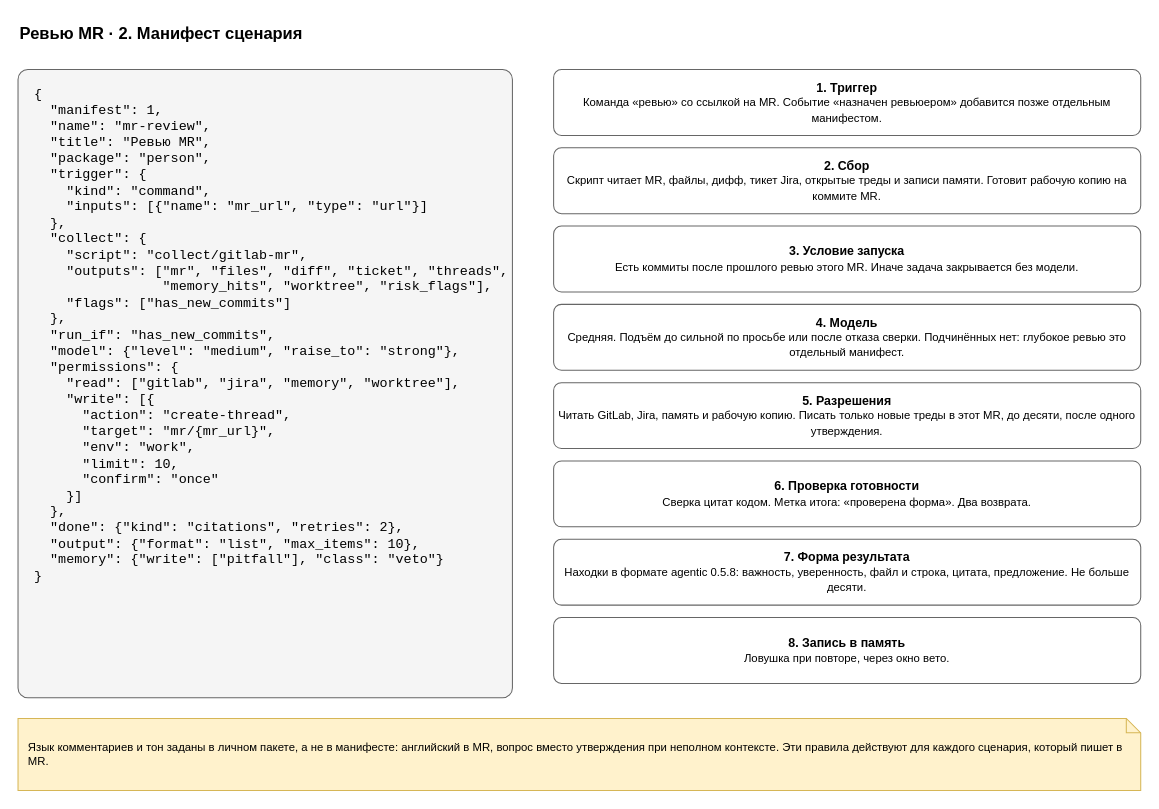
This is page "2. Манифест" (2 of 7) of docs/spec/harness-instance-mr-review.drawio from roygkov/reins, a draw.io file, before an edit. Source tidied: cells renumbered, new cells numbered last; positions are measured from the earlier drawing's top-left corner, leaving out a move shared by most shapes. Both pictures are drawn from the tidied source at 103%, with x=0, y=0 at pixel (18, 18).
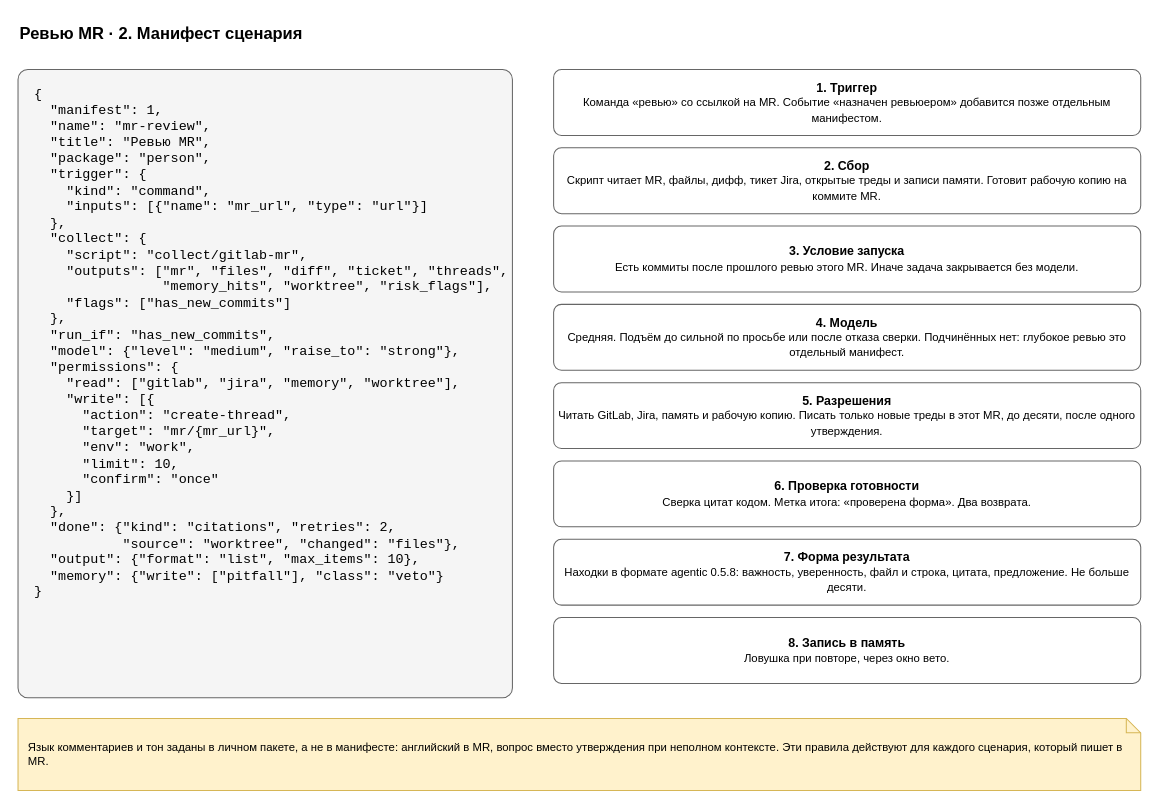
The same diagram, later.

What changed in the source:
```diff
@@
 <mxGraphModel>
   <root>
     <mxCell id="0" />
     <mxCell id="1" parent="0" />
     <mxCell id="2" value="Ревью MR · 2. Манифест сценария" style="text;html=1;align=left;verticalAlign=middle;whiteSpace=wrap;fontSize=16;strokeColor=none;fillColor=none;fontStyle=1;" parent="1" vertex="1">
       <mxGeometry width="900" height="30" as="geometry" />
     </mxCell>
-    <mxCell id="3" value="{&lt;br&gt;&amp;nbsp;&amp;nbsp;&quot;manifest&quot;:&amp;nbsp;1,&lt;br&gt;&amp;nbsp;&amp;nbsp;&quot;name&quot;:&amp;nbsp;&quot;mr-review&quot;,&lt;br&gt;&amp;nbsp;&amp;nbsp;&quot;title&quot;:&amp;nbsp;&quot;Ревью&amp;nbsp;MR&quot;,&lt;br&gt;&amp;nbsp;&amp;nbsp;&quot;package&quot;:&amp;nbsp;&quot;person&quot;,&lt;br&gt;&amp;nbsp;&amp;nbsp;&quot;trigger&quot;:&amp;nbsp;{&lt;br&gt;&amp;nbsp;&amp;nbsp;&amp;nbsp;&amp;nbsp;&quot;kind&quot;:&amp;nbsp;&quot;command&quot;,&lt;br&gt;&amp;nbsp;&amp;nbsp;&amp;nbsp;&amp;nbsp;&quot;inputs&quot;:&amp;nbsp;[{&quot;name&quot;:&amp;nbsp;&quot;mr_url&quot;,&amp;nbsp;&quot;type&quot;:&amp;nbsp;&quot;url&quot;}]&lt;br&gt;&amp;nbsp;&amp;nbsp;},&lt;br&gt;&amp;nbsp;&amp;nbsp;&quot;collect&quot;:&amp;nbsp;{&lt;br&gt;&amp;nbsp;&amp;nbsp;&amp;nbsp;&amp;nbsp;&quot;script&quot;:&amp;nbsp;&quot;collect/gitlab-mr&quot;,&lt;br&gt;&amp;nbsp;&amp;nbsp;&amp;nbsp;&amp;nbsp;&quot;outputs&quot;:&amp;nbsp;[&quot;mr&quot;,&amp;nbsp;&quot;files&quot;,&amp;nbsp;&quot;diff&quot;,&amp;nbsp;&quot;ticket&quot;,&amp;nbsp;&quot;threads&quot;,&lt;br&gt;&amp;nbsp;&amp;nbsp;&amp;nbsp;&amp;nbsp;&amp;nbsp;&amp;nbsp;&amp;nbsp;&amp;nbsp;&amp;nbsp;&amp;nbsp;&amp;nbsp;&amp;nbsp;&amp;nbsp;&amp;nbsp;&amp;nbsp;&amp;nbsp;&quot;memory_hits&quot;,&amp;nbsp;&quot;worktree&quot;,&amp;nbsp;&quot;risk_flags&quot;],&lt;br&gt;&amp;nbsp;&amp;nbsp;&amp;nbsp;&amp;nbsp;&quot;flags&quot;:&amp;nbsp;[&quot;has_new_commits&quot;]&lt;br&gt;&amp;nbsp;&amp;nbsp;},&lt;br&gt;&amp;nbsp;&amp;nbsp;&quot;run_if&quot;:&amp;nbsp;&quot;has_new_commits&quot;,&lt;br&gt;&amp;nbsp;&amp;nbsp;&quot;model&quot;:&amp;nbsp;{&quot;level&quot;:&amp;nbsp;&quot;medium&quot;,&amp;nbsp;&quot;raise_to&quot;:&amp;nbsp;&quot;strong&quot;},&lt;br&gt;&amp;nbsp;&amp;nbsp;&quot;permissions&quot;:&amp;nbsp;{&lt;br&gt;&amp;nbsp;&amp;nbsp;&amp;nbsp;&amp;nbsp;&quot;read&quot;:&amp;nbsp;[&quot;gitlab&quot;,&amp;nbsp;&quot;jira&quot;,&amp;nbsp;&quot;memory&quot;,&amp;nbsp;&quot;worktree&quot;],&lt;br&gt;&amp;nbsp;&amp;nbsp;&amp;nbsp;&amp;nbsp;&quot;write&quot;:&amp;nbsp;[{&lt;br&gt;&amp;nbsp;&amp;nbsp;&amp;nbsp;&amp;nbsp;&amp;nbsp;&amp;nbsp;&quot;action&quot;:&amp;nbsp;&quot;create-thread&quot;,&lt;br&gt;&amp;nbsp;&amp;nbsp;&amp;nbsp;&amp;nbsp;&amp;nbsp;&amp;nbsp;&quot;target&quot;:&amp;nbsp;&quot;mr/{mr_url}&quot;,&lt;br&gt;&amp;nbsp;&amp;nbsp;&amp;nbsp;&amp;nbsp;&amp;nbsp;&amp;nbsp;&quot;env&quot;:&amp;nbsp;&quot;work&quot;,&lt;br&gt;&amp;nbsp;&amp;nbsp;&amp;nbsp;&amp;nbsp;&amp;nbsp;&amp;nbsp;&quot;limit&quot;:&amp;nbsp;10,&lt;br&gt;&amp;nbsp;&amp;nbsp;&amp;nbsp;&amp;nbsp;&amp;nbsp;&amp;nbsp;&quot;confirm&quot;:&amp;nbsp;&quot;once&quot;&lt;br&gt;&amp;nbsp;&amp;nbsp;&amp;nbsp;&amp;nbsp;}]&lt;br&gt;&amp;nbsp;&amp;nbsp;},&lt;br&gt;&amp;nbsp;&amp;nbsp;&quot;done&quot;:&amp;nbsp;{&quot;kind&quot;:&amp;nbsp;&quot;citations&quot;,&amp;nbsp;&quot;retries&quot;:&amp;nbsp;2},&lt;br&gt;&amp;nbsp;&amp;nbsp;&quot;output&quot;:&amp;nbsp;{&quot;format&quot;:&amp;nbsp;&quot;list&quot;,&amp;nbsp;&quot;max_items&quot;:&amp;nbsp;10},&lt;br&gt;&amp;nbsp;&amp;nbsp;&quot;memory&quot;:&amp;nbsp;{&quot;write&quot;:&amp;nbsp;[&quot;pitfall&quot;],&amp;nbsp;&quot;class&quot;:&amp;nbsp;&quot;veto&quot;}&lt;br&gt;}" style="rounded=1;whiteSpace=wrap;html=1;fillColor=#f5f5f5;strokeColor=#666666;arcSize=2;align=left;verticalAlign=top;spacingLeft=14;spacingTop=10;fontFamily=Courier New;fontSize=13;" parent="1" vertex="1">
+    <mxCell id="3" value="{&lt;br&gt;&amp;nbsp;&amp;nbsp;&quot;manifest&quot;:&amp;nbsp;1,&lt;br&gt;&amp;nbsp;&amp;nbsp;&quot;name&quot;:&amp;nbsp;&quot;mr-review&quot;,&lt;br&gt;&amp;nbsp;&amp;nbsp;&quot;title&quot;:&amp;nbsp;&quot;Ревью&amp;nbsp;MR&quot;,&lt;br&gt;&amp;nbsp;&amp;nbsp;&quot;package&quot;:&amp;nbsp;&quot;person&quot;,&lt;br&gt;&amp;nbsp;&amp;nbsp;&quot;trigger&quot;:&amp;nbsp;{&lt;br&gt;&amp;nbsp;&amp;nbsp;&amp;nbsp;&amp;nbsp;&quot;kind&quot;:&amp;nbsp;&quot;command&quot;,&lt;br&gt;&amp;nbsp;&amp;nbsp;&amp;nbsp;&amp;nbsp;&quot;inputs&quot;:&amp;nbsp;[{&quot;name&quot;:&amp;nbsp;&quot;mr_url&quot;,&amp;nbsp;&quot;type&quot;:&amp;nbsp;&quot;url&quot;}]&lt;br&gt;&amp;nbsp;&amp;nbsp;},&lt;br&gt;&amp;nbsp;&amp;nbsp;&quot;collect&quot;:&amp;nbsp;{&lt;br&gt;&amp;nbsp;&amp;nbsp;&amp;nbsp;&amp;nbsp;&quot;script&quot;:&amp;nbsp;&quot;collect/gitlab-mr&quot;,&lt;br&gt;&amp;nbsp;&amp;nbsp;&amp;nbsp;&amp;nbsp;&quot;outputs&quot;:&amp;nbsp;[&quot;mr&quot;,&amp;nbsp;&quot;files&quot;,&amp;nbsp;&quot;diff&quot;,&amp;nbsp;&quot;ticket&quot;,&amp;nbsp;&quot;threads&quot;,&lt;br&gt;&amp;nbsp;&amp;nbsp;&amp;nbsp;&amp;nbsp;&amp;nbsp;&amp;nbsp;&amp;nbsp;&amp;nbsp;&amp;nbsp;&amp;nbsp;&amp;nbsp;&amp;nbsp;&amp;nbsp;&amp;nbsp;&amp;nbsp;&amp;nbsp;&quot;memory_hits&quot;,&amp;nbsp;&quot;worktree&quot;,&amp;nbsp;&quot;risk_flags&quot;],&lt;br&gt;&amp;nbsp;&amp;nbsp;&amp;nbsp;&amp;nbsp;&quot;flags&quot;:&amp;nbsp;[&quot;has_new_commits&quot;]&lt;br&gt;&amp;nbsp;&amp;nbsp;},&lt;br&gt;&amp;nbsp;&amp;nbsp;&quot;run_if&quot;:&amp;nbsp;&quot;has_new_commits&quot;,&lt;br&gt;&amp;nbsp;&amp;nbsp;&quot;model&quot;:&amp;nbsp;{&quot;level&quot;:&amp;nbsp;&quot;medium&quot;,&amp;nbsp;&quot;raise_to&quot;:&amp;nbsp;&quot;strong&quot;},&lt;br&gt;&amp;nbsp;&amp;nbsp;&quot;permissions&quot;:&amp;nbsp;{&lt;br&gt;&amp;nbsp;&amp;nbsp;&amp;nbsp;&amp;nbsp;&quot;read&quot;:&amp;nbsp;[&quot;gitlab&quot;,&amp;nbsp;&quot;jira&quot;,&amp;nbsp;&quot;memory&quot;,&amp;nbsp;&quot;worktree&quot;],&lt;br&gt;&amp;nbsp;&amp;nbsp;&amp;nbsp;&amp;nbsp;&quot;write&quot;:&amp;nbsp;[{&lt;br&gt;&amp;nbsp;&amp;nbsp;&amp;nbsp;&amp;nbsp;&amp;nbsp;&amp;nbsp;&quot;action&quot;:&amp;nbsp;&quot;create-thread&quot;,&lt;br&gt;&amp;nbsp;&amp;nbsp;&amp;nbsp;&amp;nbsp;&amp;nbsp;&amp;nbsp;&quot;target&quot;:&amp;nbsp;&quot;mr/{mr_url}&quot;,&lt;br&gt;&amp;nbsp;&amp;nbsp;&amp;nbsp;&amp;nbsp;&amp;nbsp;&amp;nbsp;&quot;env&quot;:&amp;nbsp;&quot;work&quot;,&lt;br&gt;&amp;nbsp;&amp;nbsp;&amp;nbsp;&amp;nbsp;&amp;nbsp;&amp;nbsp;&quot;limit&quot;:&amp;nbsp;10,&lt;br&gt;&amp;nbsp;&amp;nbsp;&amp;nbsp;&amp;nbsp;&amp;nbsp;&amp;nbsp;&quot;confirm&quot;:&amp;nbsp;&quot;once&quot;&lt;br&gt;&amp;nbsp;&amp;nbsp;&amp;nbsp;&amp;nbsp;}]&lt;br&gt;&amp;nbsp;&amp;nbsp;},&lt;br&gt;&amp;nbsp;&amp;nbsp;&quot;done&quot;:&amp;nbsp;{&quot;kind&quot;:&amp;nbsp;&quot;citations&quot;,&amp;nbsp;&quot;retries&quot;:&amp;nbsp;2,&lt;br&gt;&amp;nbsp;&amp;nbsp;&amp;nbsp;&amp;nbsp;&amp;nbsp;&amp;nbsp;&amp;nbsp;&amp;nbsp;&amp;nbsp;&amp;nbsp;&amp;nbsp;&quot;source&quot;:&amp;nbsp;&quot;worktree&quot;,&amp;nbsp;&quot;changed&quot;:&amp;nbsp;&quot;files&quot;},&lt;br&gt;&amp;nbsp;&amp;nbsp;&quot;output&quot;:&amp;nbsp;{&quot;format&quot;:&amp;nbsp;&quot;list&quot;,&amp;nbsp;&quot;max_items&quot;:&amp;nbsp;10},&lt;br&gt;&amp;nbsp;&amp;nbsp;&quot;memory&quot;:&amp;nbsp;{&quot;write&quot;:&amp;nbsp;[&quot;pitfall&quot;],&amp;nbsp;&quot;class&quot;:&amp;nbsp;&quot;veto&quot;}&lt;br&gt;}" style="rounded=1;whiteSpace=wrap;html=1;fillColor=#f5f5f5;strokeColor=#666666;arcSize=2;align=left;verticalAlign=top;spacingLeft=14;spacingTop=10;fontFamily=Courier New;fontSize=13;" parent="1" vertex="1">
       <mxGeometry y="50" width="480" height="610" as="geometry" />
     </mxCell>
     <mxCell id="4" value="&lt;b&gt;1. Триггер&lt;/b&gt;&lt;br&gt;&lt;font style=&quot;font-size:11px&quot;&gt;Команда «ревью» со ссылкой на MR. Событие «назначен ревьюером» добавится позже отдельным манифестом.&lt;/font&gt;" style="rounded=1;whiteSpace=wrap;html=1;fillColor=#ffffff;strokeColor=#666666;arcSize=12;" parent="1" vertex="1">
       <mxGeometry x="520" y="50" width="570" height="64" as="geometry" />
     </mxCell>
     <mxCell id="5" value="&lt;b&gt;2. Сбор&lt;/b&gt;&lt;br&gt;&lt;font style=&quot;font-size:11px&quot;&gt;Скрипт читает MR, файлы, дифф, тикет Jira, открытые треды и записи памяти. Готовит рабочую копию на коммите MR.&lt;/font&gt;" style="rounded=1;whiteSpace=wrap;html=1;fillColor=#ffffff;strokeColor=#666666;arcSize=12;" parent="1" vertex="1">
       <mxGeometry x="520" y="126" width="570" height="64" as="geometry" />
     </mxCell>
     <mxCell id="6" value="&lt;b&gt;3. Условие запуска&lt;/b&gt;&lt;br&gt;&lt;font style=&quot;font-size:11px&quot;&gt;Есть коммиты после прошлого ревью этого MR. Иначе задача закрывается без модели.&lt;/font&gt;" style="rounded=1;whiteSpace=wrap;html=1;fillColor=#ffffff;strokeColor=#666666;arcSize=12;" parent="1" vertex="1">
       <mxGeometry x="520" y="202" width="570" height="64" as="geometry" />
     </mxCell>
     <mxCell id="7" value="&lt;b&gt;4. Модель&lt;/b&gt;&lt;br&gt;&lt;font style=&quot;font-size:11px&quot;&gt;Средняя. Подъём до сильной по просьбе или после отказа сверки. Подчинённых нет: глубокое ревью это отдельный манифест.&lt;/font&gt;" style="rounded=1;whiteSpace=wrap;html=1;fillColor=#ffffff;strokeColor=#666666;arcSize=12;" parent="1" vertex="1">
       <mxGeometry x="520" y="278" width="570" height="64" as="geometry" />
     </mxCell>
     <mxCell id="8" value="&lt;b&gt;5. Разрешения&lt;/b&gt;&lt;br&gt;&lt;font style=&quot;font-size:11px&quot;&gt;Читать GitLab, Jira, память и рабочую копию. Писать только новые треды в этот MR, до десяти, после одного утверждения.&lt;/font&gt;" style="rounded=1;whiteSpace=wrap;html=1;fillColor=#ffffff;strokeColor=#666666;arcSize=12;" parent="1" vertex="1">
       <mxGeometry x="520" y="354" width="570" height="64" as="geometry" />
     </mxCell>
     <mxCell id="9" value="&lt;b&gt;6. Проверка готовности&lt;/b&gt;&lt;br&gt;&lt;font style=&quot;font-size:11px&quot;&gt;Сверка цитат кодом. Метка итога: «проверена форма». Два возврата.&lt;/font&gt;" style="rounded=1;whiteSpace=wrap;html=1;fillColor=#ffffff;strokeColor=#666666;arcSize=12;" parent="1" vertex="1">
       <mxGeometry x="520" y="430" width="570" height="64" as="geometry" />
     </mxCell>
     <mxCell id="10" value="&lt;b&gt;7. Форма результата&lt;/b&gt;&lt;br&gt;&lt;font style=&quot;font-size:11px&quot;&gt;Находки в формате agentic 0.5.8: важность, уверенность, файл и строка, цитата, предложение. Не больше десяти.&lt;/font&gt;" style="rounded=1;whiteSpace=wrap;html=1;fillColor=#ffffff;strokeColor=#666666;arcSize=12;" parent="1" vertex="1">
       <mxGeometry x="520" y="506" width="570" height="64" as="geometry" />
     </mxCell>
     <mxCell id="11" value="&lt;b&gt;8. Запись в память&lt;/b&gt;&lt;br&gt;&lt;font style=&quot;font-size:11px&quot;&gt;Ловушка при повторе, через окно вето.&lt;/font&gt;" style="rounded=1;whiteSpace=wrap;html=1;fillColor=#ffffff;strokeColor=#666666;arcSize=12;" parent="1" vertex="1">
       <mxGeometry x="520" y="582" width="570" height="64" as="geometry" />
     </mxCell>
     <mxCell id="12" value="Язык комментариев и тон заданы в личном пакете, а не в манифесте: английский в MR, вопрос вместо утверждения при неполном контексте. Эти правила действуют для каждого сценария, который пишет в MR." style="shape=note;whiteSpace=wrap;html=1;backgroundOutline=1;size=14;fillColor=#fff2cc;strokeColor=#d6b656;align=left;spacingLeft=8;spacingRight=8;fontSize=11;" parent="1" vertex="1">
       <mxGeometry y="680" width="1090" height="70" as="geometry" />
     </mxCell>
   </root>
 </mxGraphModel>
```
